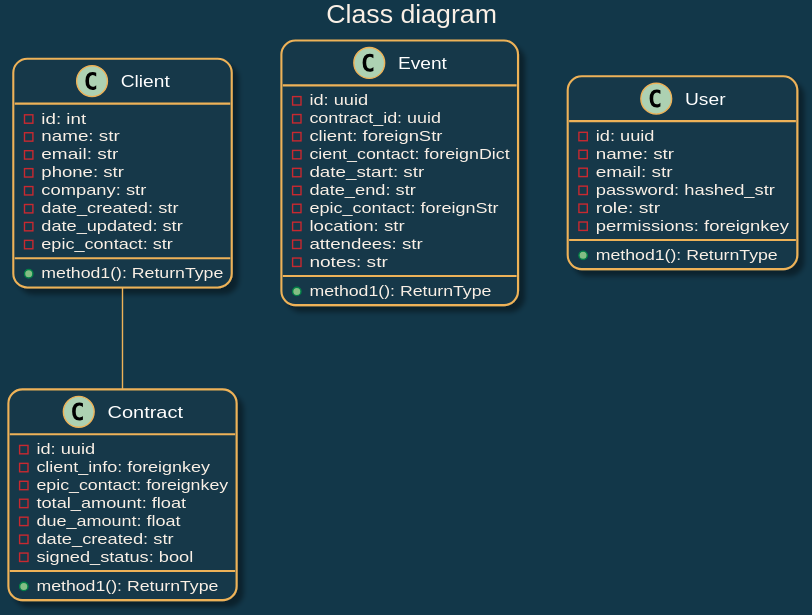
The PlantUML diagram README.svg in DaGuinci/epicevents, before a commit.
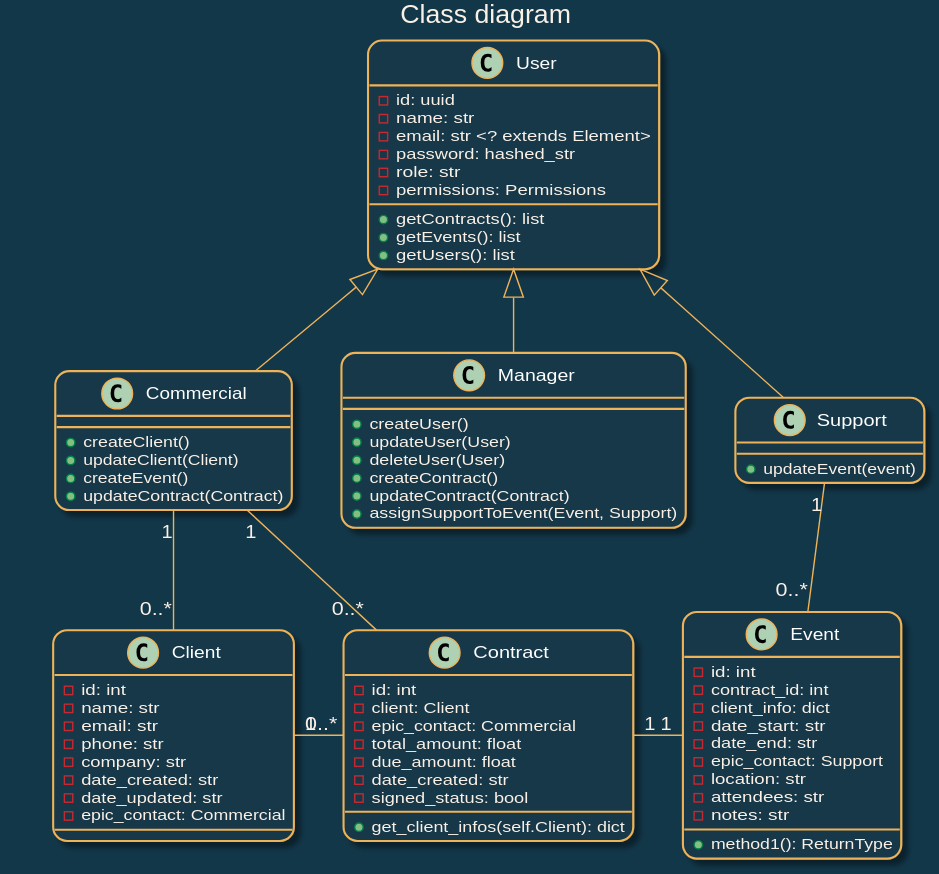
The same file after the commit.

Commit message:
upd(README.md): class diagram

The edit, as a diff of the source:
```diff
@@ -13,51 +13,80 @@
 AttributeFontColor linen
 }
 title Class diagram
-class Client {
-  - id: int
-  - name: str
-  - email: str
-  - phone: str
-  - company: str
-  - date_created: str
-  - date_updated: str
-  - epic_contact: str
-  + method1(): ReturnType
+
+  class User {
+    - id: uuid
+    - name: str
+    - email: str <? extends Element>
+    - password: hashed_str
+    - role: str
+    - permissions: Permissions
+    + getContracts(): list
+    + getEvents(): list
+    + getUsers(): list
+  }
+
+  class Commercial extends User {
+    + createClient()
+    + updateClient(Client)
+    + createEvent()
+    + updateContract(Contract)
+  }
+
+  class Manager extends User {
+    + createUser()
+    + updateUser(User)
+    + deleteUser(User)
+    + createContract()
+    + updateContract(Contract)
+    + assignSupportToEvent(Event, Support)
+  }
+
+  class Support extends User {
+    + updateEvent(event)
+  }
+
+together {
+  class Event {
+    - id: int
+    - contract_id: int
+    - client_info: dict
+    - date_start: str
+    - date_end: str
+    - epic_contact: Support
+    - location: str
+    - attendees: str
+    - notes: str
+    + method1(): ReturnType
+  }
+
+  class Contract {
+    - id: int
+    - client: Client
+    - epic_contact: Commercial
+    - total_amount: float
+    - due_amount: float
+    - date_created: str
+    - signed_status: bool
+    + get_client_infos(self.Client): dict
+  }
+
+  class Client {
+    - id: int
+    - name: str
+    - email: str
+    - phone: str
+    - company: str
+    - date_created: str
+    - date_updated: str
+    - epic_contact: Commercial
+  }
 }
 
-class Contract {
-  - id: uuid
-  - client_info: foreignkey
-  - epic_contact: foreignkey
-  - total_amount: float
-  - due_amount: float
-  - date_created: str
-  - signed_status: bool
-  + method1(): ReturnType
-}
+Commercial "1" -down- "0..*" Client
+Support "1" -- "0..*" Event
+Commercial "1" -down- "0..*" Contract
+Client "1" -right- "0..*" Contract
+Contract "1" -right- "1" Event
 
-class Event {
-  - id: uuid
-  - contract_id: uuid
-  - client: foreignStr
-  - cient_contact: foreignDict
-  - date_start: str
-  - date_end: str
-  - epic_contact: foreignStr
-  - location: str
-  - attendees: str
-  - notes: str
-  + method1(): ReturnType
-}
-
-class User {
-  - id: uuid
-  - name: str
-  - email: str
-  - password: hashed_str
-  - role: str
-  - permissions: foreignkey
-  + method1(): ReturnType
-}
-Client -- Contract
 @enduml
```
